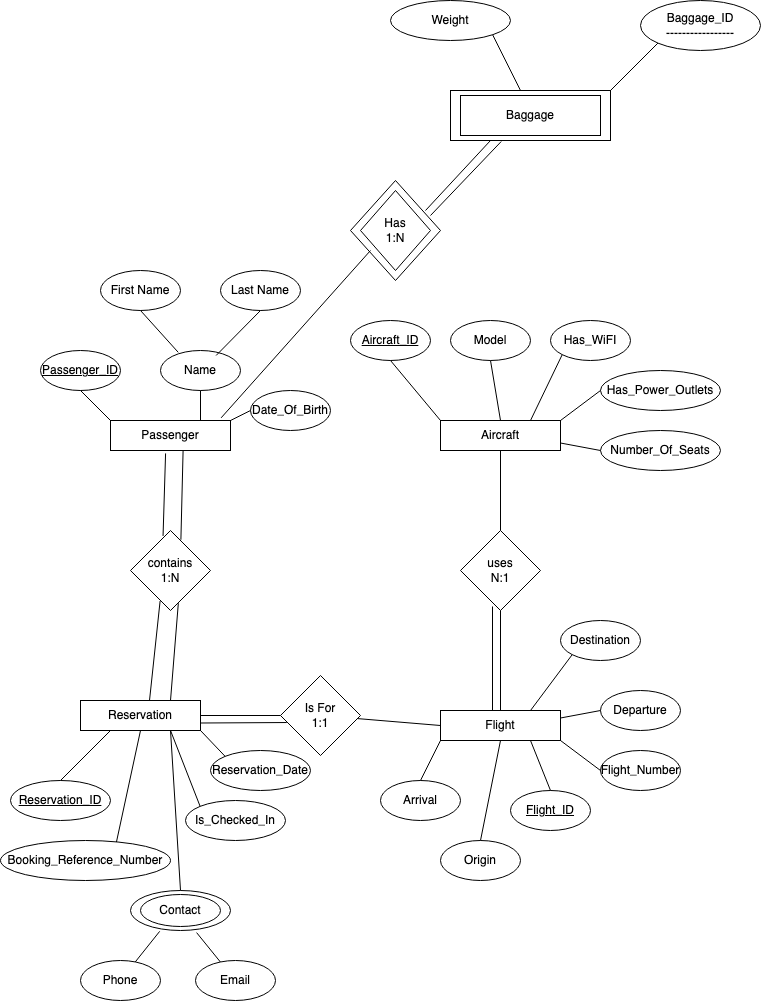
Before: diagrams/v1/snoopy-airlines-eer.png, a diagram exported from draw.io (Persona5-Joker/4347-Database-Project-Snoopy-Airlines-). Source tidied: cells renumbered, new cells last; positions are measured from the earlier drawing's top-left corner, leaving out a move shared by most shapes.
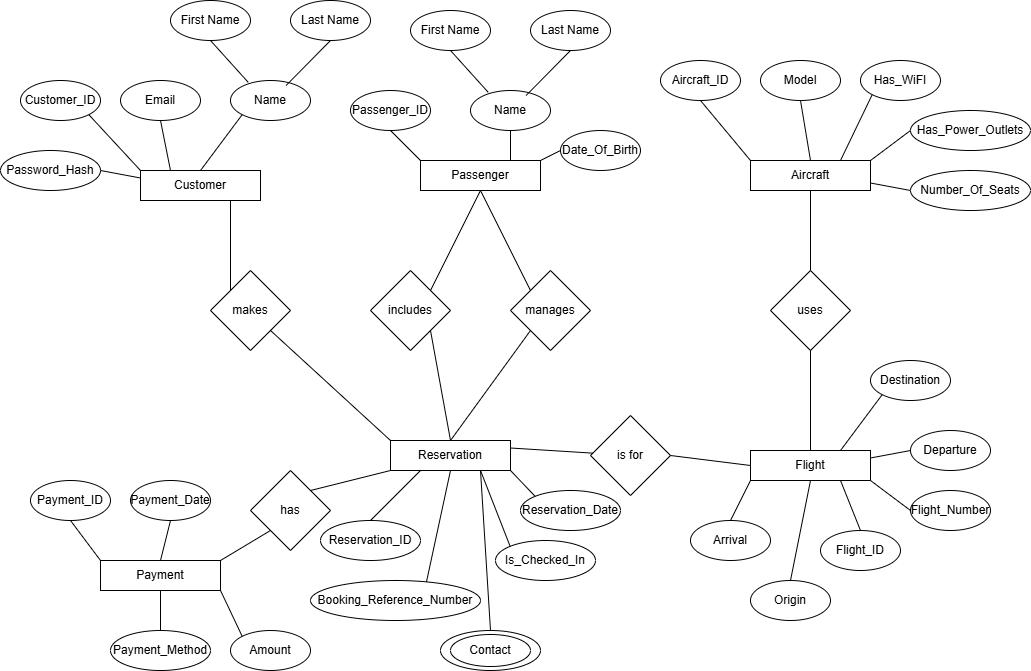
Later version of the same file.

Change to the diagram source:
```diff
@@ -7,2 +7,5 @@
     </mxCell>
+    <mxCell id="81" value="Customer" style="rounded=0;whiteSpace=wrap;html=1;" parent="1" vertex="1">
+      <mxGeometry x="-170" y="430" width="120" height="30" as="geometry" />
+    </mxCell>
     <mxCell id="3" value="Aircraft" style="rounded=0;whiteSpace=wrap;html=1;" parent="1" vertex="1">
@@ -13,5 +16,5 @@
     </mxCell>
-    <mxCell id="5" value="uses&lt;div&gt;N:1&lt;/div&gt;" style="rhombus;whiteSpace=wrap;html=1;" parent="1" vertex="1">
-      <mxGeometry x="460" y="530" width="80" height="80" as="geometry" />
-    </mxCell>
+    <mxCell id="82" value="uses" style="rhombus;whiteSpace=wrap;html=1;" parent="1" vertex="1">
+      <mxGeometry x="460" y="530" width="80" height="80" as="geometry" />
+    </mxCell>
     <mxCell id="6" value="Reservation" style="rounded=0;whiteSpace=wrap;html=1;" parent="1" vertex="1">
@@ -19,21 +22,115 @@
     </mxCell>
-    <mxCell id="7" value="&lt;div&gt;contains&lt;/div&gt;&lt;div&gt;1:N&lt;/div&gt;" style="rhombus;whiteSpace=wrap;html=1;" parent="1" vertex="1">
-      <mxGeometry x="130" y="530" width="80" height="80" as="geometry" />
-    </mxCell>
-    <mxCell id="8" value="Is For&lt;div&gt;1:1&lt;/div&gt;" style="rhombus;whiteSpace=wrap;html=1;" parent="1" vertex="1">
-      <mxGeometry x="280" y="675" width="80" height="80" as="geometry" />
-    </mxCell>
-    <mxCell id="9" style="endArrow=none;html=1;rounded=0;exitX=1;exitY=0.5;exitDx=0;exitDy=0;" parent="1" edge="1" source="6" target="8">
-      <mxGeometry relative="1" as="geometry" />
-    </mxCell>
-    <mxCell id="10" style="endArrow=none;html=1;rounded=0;entryX=0;entryY=0.5;entryDx=0;entryDy=0;" parent="1" edge="1" source="8" target="4">
-      <mxGeometry relative="1" as="geometry" />
-    </mxCell>
-    <mxCell id="11" style="endArrow=none;html=1;rounded=0;exitX=0.5;exitY=0;exitDx=0;exitDy=0;entryX=0.5;entryY=1;entryDx=0;entryDy=0;" parent="1" edge="1" source="4" target="5">
-      <mxGeometry relative="1" as="geometry" />
-    </mxCell>
-    <mxCell id="12" style="endArrow=none;html=1;rounded=0;entryX=0.5;entryY=1;entryDx=0;entryDy=0;exitX=0.5;exitY=0;exitDx=0;exitDy=0;" parent="1" edge="1" source="5" target="3">
-      <mxGeometry relative="1" as="geometry" />
-    </mxCell>
+    <mxCell id="83" value="Payment" style="rounded=0;whiteSpace=wrap;html=1;" parent="1" vertex="1">
+      <mxGeometry x="-210" y="820" width="120" height="30" as="geometry" />
+    </mxCell>
+    <mxCell id="84" value="includes" style="rhombus;whiteSpace=wrap;html=1;" parent="1" vertex="1">
+      <mxGeometry x="60" y="530" width="80" height="80" as="geometry" />
+    </mxCell>
+    <mxCell id="85" style="endArrow=none;html=1;rounded=0;entryX=1;entryY=1;entryDx=0;entryDy=0;exitX=0.5;exitY=0;exitDx=0;exitDy=0;" parent="1" edge="1" source="6" target="84">
+      <mxGeometry relative="1" as="geometry" />
+    </mxCell>
+    <mxCell id="86" value="has" style="rhombus;whiteSpace=wrap;html=1;" parent="1" vertex="1">
+      <mxGeometry x="-60" y="730" width="80" height="80" as="geometry" />
+    </mxCell>
+    <mxCell id="87" style="endArrow=none;html=1;rounded=0;exitX=1;exitY=0;exitDx=0;exitDy=0;entryX=0;entryY=1;entryDx=0;entryDy=0;" parent="1" edge="1" source="83" target="86">
+      <mxGeometry relative="1" as="geometry" />
+    </mxCell>
+    <mxCell id="88" style="endArrow=none;html=1;rounded=0;entryX=0;entryY=1;entryDx=0;entryDy=0;exitX=1;exitY=0;exitDx=0;exitDy=0;" parent="1" edge="1" source="86" target="6">
+      <mxGeometry relative="1" as="geometry" />
+    </mxCell>
+    <mxCell id="89" style="endArrow=none;html=1;rounded=0;entryX=0.5;entryY=1;entryDx=0;entryDy=0;exitX=1;exitY=0;exitDx=0;exitDy=0;" parent="1" edge="1" source="84" target="2">
+      <mxGeometry relative="1" as="geometry" />
+    </mxCell>
+    <mxCell id="90" value="is for" style="rhombus;whiteSpace=wrap;html=1;" parent="1" vertex="1">
+      <mxGeometry x="280" y="675" width="80" height="80" as="geometry" />
+    </mxCell>
+    <mxCell id="91" style="endArrow=none;html=1;rounded=0;exitX=1;exitY=0.25;exitDx=0;exitDy=0;" parent="1" edge="1" source="6" target="90">
+      <mxGeometry relative="1" as="geometry" />
+    </mxCell>
+    <mxCell id="92" style="endArrow=none;html=1;rounded=0;entryX=0;entryY=0.5;entryDx=0;entryDy=0;exitX=1;exitY=0.5;exitDx=0;exitDy=0;" parent="1" edge="1" source="90" target="4">
+      <mxGeometry relative="1" as="geometry" />
+    </mxCell>
+    <mxCell id="93" style="endArrow=none;html=1;rounded=0;exitX=0.5;exitY=0;exitDx=0;exitDy=0;entryX=0.5;entryY=1;entryDx=0;entryDy=0;" parent="1" edge="1" source="4" target="82">
+      <mxGeometry relative="1" as="geometry" />
+    </mxCell>
+    <mxCell id="94" style="endArrow=none;html=1;rounded=0;entryX=0.5;entryY=1;entryDx=0;entryDy=0;exitX=0.5;exitY=0;exitDx=0;exitDy=0;" parent="1" edge="1" source="82" target="3">
+      <mxGeometry relative="1" as="geometry" />
+    </mxCell>
+    <mxCell id="95" value="makes" style="rhombus;whiteSpace=wrap;html=1;" parent="1" vertex="1">
+      <mxGeometry x="-100" y="530" width="80" height="80" as="geometry" />
+    </mxCell>
+    <mxCell id="96" style="endArrow=none;html=1;rounded=0;entryX=0.75;entryY=1;entryDx=0;entryDy=0;exitX=0;exitY=0;exitDx=0;exitDy=0;" parent="1" edge="1" source="95" target="81">
+      <mxGeometry relative="1" as="geometry" />
+    </mxCell>
+    <mxCell id="97" style="endArrow=none;html=1;rounded=0;entryX=1;entryY=1;entryDx=0;entryDy=0;exitX=0;exitY=0;exitDx=0;exitDy=0;" parent="1" edge="1" source="6" target="95">
+      <mxGeometry relative="1" as="geometry" />
+    </mxCell>
+    <mxCell id="98" value="manages" style="rhombus;whiteSpace=wrap;html=1;" parent="1" vertex="1">
+      <mxGeometry x="200" y="530" width="80" height="80" as="geometry" />
+    </mxCell>
+    <mxCell id="99" style="endArrow=none;html=1;rounded=0;entryX=0.5;entryY=1;entryDx=0;entryDy=0;exitX=0;exitY=0;exitDx=0;exitDy=0;" parent="1" edge="1" source="98" target="2">
+      <mxGeometry relative="1" as="geometry" />
+    </mxCell>
+    <mxCell id="100" style="endArrow=none;html=1;rounded=0;entryX=0.5;entryY=0;entryDx=0;entryDy=0;exitX=0;exitY=1;exitDx=0;exitDy=0;" parent="1" edge="1" source="98" target="6">
+      <mxGeometry relative="1" as="geometry" />
+    </mxCell>
+    <mxCell id="101" value="Customer_ID" style="ellipse;whiteSpace=wrap;html=1;" parent="1" vertex="1">
+      <mxGeometry x="-290" y="340" width="80" height="40" as="geometry" />
+    </mxCell>
+    <mxCell id="78" value="Email" style="ellipse;whiteSpace=wrap;html=1;" parent="1" vertex="1">
+      <mxGeometry x="-190" y="340" width="80" height="40" as="geometry" />
+    </mxCell>
+    <mxCell id="102" value="Name" style="ellipse;whiteSpace=wrap;html=1;" parent="1" vertex="1">
+      <mxGeometry x="-80" y="340" width="80" height="40" as="geometry" />
+    </mxCell>
+    <mxCell id="103" value="First Name" style="ellipse;whiteSpace=wrap;html=1;" parent="1" vertex="1">
+      <mxGeometry x="-140" y="260" width="80" height="40" as="geometry" />
+    </mxCell>
+    <mxCell id="104" value="Last Name" style="ellipse;whiteSpace=wrap;html=1;" parent="1" vertex="1">
+      <mxGeometry x="-20" y="260" width="80" height="40" as="geometry" />
+    </mxCell>
+    <mxCell id="105" style="endArrow=none;html=1;rounded=0;entryX=0.5;entryY=1;entryDx=0;entryDy=0;exitX=0.182;exitY=-0.019;exitDx=0;exitDy=0;exitPerimeter=0;" parent="1" edge="1" target="103">
+      <mxGeometry relative="1" as="geometry">
+        <mxPoint x="-62.3" y="341.8" as="sourcePoint" />
+      </mxGeometry>
+    </mxCell>
+    <mxCell id="106" style="endArrow=none;html=1;rounded=0;entryX=0.5;entryY=1;entryDx=0;entryDy=0;exitX=0.723;exitY=0.071;exitDx=0;exitDy=0;exitPerimeter=0;" parent="1" edge="1" target="104">
+      <mxGeometry relative="1" as="geometry">
+        <mxPoint x="-24.4" y="345" as="sourcePoint" />
+      </mxGeometry>
+    </mxCell>
+    <mxCell id="107" value="Password_Hash" style="ellipse;whiteSpace=wrap;html=1;" parent="1" vertex="1">
+      <mxGeometry x="-310" y="410" width="100" height="40" as="geometry" />
+    </mxCell>
+    <mxCell id="108" style="endArrow=none;html=1;rounded=0;entryX=1;entryY=0.5;entryDx=0;entryDy=0;exitX=0;exitY=0.25;exitDx=0;exitDy=0;" parent="1" edge="1" source="81" target="107">
+      <mxGeometry relative="1" as="geometry" />
+    </mxCell>
+    <mxCell id="109" style="endArrow=none;html=1;rounded=0;entryX=1;entryY=1;entryDx=0;entryDy=0;exitX=0;exitY=0;exitDx=0;exitDy=0;" parent="1" edge="1" source="81" target="101">
+      <mxGeometry relative="1" as="geometry" />
+    </mxCell>
+    <mxCell id="110" style="endArrow=none;html=1;rounded=0;entryX=0.5;entryY=1;entryDx=0;entryDy=0;exitX=0.25;exitY=0;exitDx=0;exitDy=0;" parent="1" edge="1" source="81" target="78">
+      <mxGeometry relative="1" as="geometry" />
+    </mxCell>
+    <mxCell id="111" style="endArrow=none;html=1;rounded=0;entryX=0;entryY=1;entryDx=0;entryDy=0;exitX=0.5;exitY=0;exitDx=0;exitDy=0;" parent="1" edge="1" source="81" target="102">
+      <mxGeometry relative="1" as="geometry" />
+    </mxCell>
+    <mxCell id="112" value="Payment_ID" style="ellipse;whiteSpace=wrap;html=1;" parent="1" vertex="1">
+      <mxGeometry x="-280" y="740" width="80" height="40" as="geometry" />
+    </mxCell>
+    <mxCell id="113" value="Payment_Date" style="ellipse;whiteSpace=wrap;html=1;" parent="1" vertex="1">
+      <mxGeometry x="-180" y="740" width="80" height="40" as="geometry" />
+    </mxCell>
+    <mxCell id="114" value="Amount" style="ellipse;whiteSpace=wrap;html=1;" parent="1" vertex="1">
+      <mxGeometry x="-80" y="890" width="80" height="40" as="geometry" />
+    </mxCell>
+    <mxCell id="115" value="Payment_Method" style="ellipse;whiteSpace=wrap;html=1;" parent="1" vertex="1">
+      <mxGeometry x="-200" y="890" width="100" height="40" as="geometry" />
+    </mxCell>
+    <mxCell id="116" style="endArrow=none;html=1;rounded=0;exitX=0.5;exitY=1;exitDx=0;exitDy=0;entryX=0.5;entryY=0;entryDx=0;entryDy=0;" parent="1" edge="1" source="83" target="115">
+      <mxGeometry relative="1" as="geometry" />
+    </mxCell>
+    <mxCell id="117" style="endArrow=none;html=1;rounded=0;entryX=1;entryY=1;entryDx=0;entryDy=0;exitX=0;exitY=0;exitDx=0;exitDy=0;" parent="1" edge="1" source="114" target="83">
+      <mxGeometry relative="1" as="geometry" />
+    </mxCell>
-    <mxCell id="13" value="&lt;u&gt;Aircraft_ID&lt;/u&gt;" style="ellipse;whiteSpace=wrap;html=1;" parent="1" vertex="1">
+    <mxCell id="13" value="Aircraft_ID" style="ellipse;whiteSpace=wrap;html=1;" parent="1" vertex="1">
       <mxGeometry x="350" y="320" width="80" height="40" as="geometry" />
@@ -58,7 +155,7 @@
     </mxCell>
-    <mxCell id="20" style="endArrow=none;html=1;rounded=0;entryX=0;entryY=1;entryDx=0;entryDy=0;" parent="1" edge="1" target="15">
-      <mxGeometry relative="1" as="geometry">
-        <mxPoint x="530" y="420" as="sourcePoint" />
-      </mxGeometry>
-    </mxCell>
+    <mxCell id="118" style="endArrow=none;html=1;rounded=0;entryX=0;entryY=1;entryDx=0;entryDy=0;" parent="1" edge="1" target="15">
+      <mxGeometry relative="1" as="geometry">
+        <mxPoint x="530" y="420" as="sourcePoint" />
+      </mxGeometry>
+    </mxCell>
     <mxCell id="21" style="endArrow=none;html=1;rounded=0;entryX=0;entryY=0.5;entryDx=0;entryDy=0;exitX=1;exitY=0;exitDx=0;exitDy=0;" parent="1" edge="1" source="3" target="16">
@@ -69,3 +166,3 @@
     </mxCell>
-    <mxCell id="23" value="&lt;u&gt;Flight_ID&lt;/u&gt;" style="ellipse;whiteSpace=wrap;html=1;" parent="1" vertex="1">
+    <mxCell id="23" value="Flight_ID" style="ellipse;whiteSpace=wrap;html=1;" parent="1" vertex="1">
       <mxGeometry x="510" y="790" width="80" height="40" as="geometry" />
@@ -105,3 +202,9 @@
     </mxCell>
+    <mxCell id="119" style="endArrow=none;html=1;rounded=0;entryX=0.5;entryY=1;entryDx=0;entryDy=0;exitX=0;exitY=0;exitDx=0;exitDy=0;" parent="1" edge="1" source="83" target="112">
+      <mxGeometry relative="1" as="geometry" />
+    </mxCell>
+    <mxCell id="120" style="endArrow=none;html=1;rounded=0;entryX=0.5;entryY=1;entryDx=0;entryDy=0;exitX=0.5;exitY=0;exitDx=0;exitDy=0;" parent="1" edge="1" source="83" target="113">
+      <mxGeometry relative="1" as="geometry" />
+    </mxCell>
-    <mxCell id="35" value="&lt;u&gt;Reservation_ID&lt;/u&gt;" style="ellipse;whiteSpace=wrap;html=1;" parent="1" vertex="1">
+    <mxCell id="35" value="Reservation_ID" style="ellipse;whiteSpace=wrap;html=1;" parent="1" vertex="1">
       <mxGeometry x="10" y="780" width="100" height="40" as="geometry" />
@@ -129,3 +232,3 @@
     </mxCell>
-    <mxCell id="43" value="&lt;u&gt;Passenger_ID&lt;/u&gt;" style="ellipse;whiteSpace=wrap;html=1;" parent="1" vertex="1">
+    <mxCell id="43" value="Passenger_ID" style="ellipse;whiteSpace=wrap;html=1;" parent="1" vertex="1">
       <mxGeometry x="40" y="350" width="80" height="40" as="geometry" />
@@ -141,12 +244,12 @@
     </mxCell>
-    <mxCell id="47" style="endArrow=none;html=1;rounded=0;entryX=0.5;entryY=1;entryDx=0;entryDy=0;exitX=0.182;exitY=-0.019;exitDx=0;exitDy=0;exitPerimeter=0;" parent="1" edge="1" target="45">
-      <mxGeometry relative="1" as="geometry">
-        <mxPoint x="177.7" y="351.8" as="sourcePoint" />
-      </mxGeometry>
-    </mxCell>
-    <mxCell id="48" style="endArrow=none;html=1;rounded=0;entryX=0.5;entryY=1;entryDx=0;entryDy=0;exitX=0.723;exitY=0.071;exitDx=0;exitDy=0;exitPerimeter=0;" parent="1" edge="1" target="46">
-      <mxGeometry relative="1" as="geometry">
-        <mxPoint x="215.6" y="355" as="sourcePoint" />
-      </mxGeometry>
-    </mxCell>
+    <mxCell id="121" style="endArrow=none;html=1;rounded=0;entryX=0.5;entryY=1;entryDx=0;entryDy=0;exitX=0.182;exitY=-0.019;exitDx=0;exitDy=0;exitPerimeter=0;" parent="1" edge="1" target="45">
+      <mxGeometry relative="1" as="geometry">
+        <mxPoint x="177.7" y="351.8" as="sourcePoint" />
+      </mxGeometry>
+    </mxCell>
+    <mxCell id="122" style="endArrow=none;html=1;rounded=0;entryX=0.5;entryY=1;entryDx=0;entryDy=0;exitX=0.723;exitY=0.071;exitDx=0;exitDy=0;exitPerimeter=0;" parent="1" edge="1" target="46">
+      <mxGeometry relative="1" as="geometry">
+        <mxPoint x="215.6" y="355" as="sourcePoint" />
+      </mxGeometry>
+    </mxCell>
     <mxCell id="49" value="Date_Of_Birth" style="ellipse;whiteSpace=wrap;html=1;" parent="1" vertex="1">
@@ -157,7 +260,7 @@
     </mxCell>
-    <mxCell id="51" style="endArrow=none;html=1;rounded=0;entryX=0.5;entryY=1;entryDx=0;entryDy=0;" parent="1" edge="1" target="44">
-      <mxGeometry relative="1" as="geometry">
-        <mxPoint x="200" y="420" as="sourcePoint" />
-      </mxGeometry>
-    </mxCell>
+    <mxCell id="123" style="endArrow=none;html=1;rounded=0;entryX=0.5;entryY=1;entryDx=0;entryDy=0;" parent="1" edge="1" target="44">
+      <mxGeometry relative="1" as="geometry">
+        <mxPoint x="200" y="420" as="sourcePoint" />
+      </mxGeometry>
+    </mxCell>
     <mxCell id="52" style="endArrow=none;html=1;rounded=0;entryX=0.5;entryY=1;entryDx=0;entryDy=0;exitX=0;exitY=0;exitDx=0;exitDy=0;" parent="1" edge="1" source="2" target="43">
@@ -174,95 +277,2 @@
     </mxCell>
-    <mxCell id="56" style="rounded=0;whiteSpace=wrap;html=1;" parent="1" vertex="1">
-      <mxGeometry x="450" y="90" width="160" height="50" as="geometry" />
-    </mxCell>
-    <mxCell id="57" style="endArrow=none;html=1;rounded=0;" parent="1" edge="1">
-      <mxGeometry relative="1" as="geometry">
-        <mxPoint x="610" y="90" as="sourcePoint" />
-        <mxPoint x="660" y="40" as="targetPoint" />
-      </mxGeometry>
-    </mxCell>
-    <mxCell id="58" style="ellipse;whiteSpace=wrap;html=1;" parent="1" vertex="1">
-      <mxGeometry x="640" width="120" height="50" as="geometry" />
-    </mxCell>
-    <mxCell id="59" value="Baggage_ID&lt;br&gt;-----------------" style="text;strokeColor=none;align=center;fillColor=none;html=1;verticalAlign=middle;whiteSpace=wrap;rounded=0;dashed=1;" parent="1" vertex="1">
-      <mxGeometry x="655" y="10" width="90" height="30" as="geometry" />
-    </mxCell>
-    <mxCell id="60" style="rounded=0;whiteSpace=wrap;html=1;" parent="1" vertex="1">
-      <mxGeometry x="460" y="95" width="140" height="40" as="geometry" />
-    </mxCell>
-    <mxCell id="61" value="Baggage" style="text;strokeColor=none;align=center;fillColor=none;html=1;verticalAlign=middle;whiteSpace=wrap;rounded=0;" parent="1" vertex="1">
-      <mxGeometry x="480" y="100" width="100" height="30" as="geometry" />
-    </mxCell>
-    <mxCell id="62" style="rhombus;whiteSpace=wrap;html=1;" parent="1" vertex="1">
-      <mxGeometry x="350" y="180" width="90" height="100" as="geometry" />
-    </mxCell>
-    <mxCell id="63" style="rhombus;whiteSpace=wrap;html=1;" parent="1" vertex="1">
-      <mxGeometry x="360" y="190" width="70" height="80" as="geometry" />
-    </mxCell>
-    <mxCell id="64" value="Has&lt;div&gt;1:N&lt;/div&gt;" style="text;strokeColor=none;align=center;fillColor=none;html=1;verticalAlign=middle;whiteSpace=wrap;rounded=0;" parent="1" vertex="1">
-      <mxGeometry x="365" y="215" width="60" height="30" as="geometry" />
-    </mxCell>
-    <mxCell id="65" style="endArrow=none;html=1;rounded=0;exitX=0.922;exitY=-0.089;exitDx=0;exitDy=0;exitPerimeter=0;" parent="1" edge="1" source="2">
-      <mxGeometry relative="1" as="geometry">
-        <mxPoint x="370" y="250" as="targetPoint" />
-      </mxGeometry>
-    </mxCell>
-    <mxCell id="66" style="endArrow=none;html=1;rounded=0;" parent="1" edge="1">
-      <mxGeometry relative="1" as="geometry">
-        <mxPoint x="425" y="210" as="sourcePoint" />
-        <mxPoint x="490" y="140" as="targetPoint" />
-      </mxGeometry>
-    </mxCell>
-    <mxCell id="67" style="endArrow=none;html=1;rounded=0;" parent="1" edge="1">
-      <mxGeometry relative="1" as="geometry">
-        <mxPoint x="520" y="90" as="sourcePoint" />
-        <mxPoint x="490" y="30" as="targetPoint" />
-      </mxGeometry>
-    </mxCell>
-    <mxCell id="68" style="ellipse;whiteSpace=wrap;html=1;" parent="1" vertex="1">
-      <mxGeometry x="390" width="120" height="40" as="geometry" />
-    </mxCell>
-    <mxCell id="69" value="Weight" style="text;strokeColor=none;align=center;fillColor=none;html=1;verticalAlign=middle;whiteSpace=wrap;rounded=0;" parent="1" vertex="1">
-      <mxGeometry x="410" y="5" width="80" height="30" as="geometry" />
-    </mxCell>
-    <mxCell id="70" style="endArrow=none;html=1;rounded=0;entryX=0.317;entryY=1.02;entryDx=0;entryDy=0;entryPerimeter=0;" parent="1" edge="1" target="56">
-      <mxGeometry relative="1" as="geometry">
-        <mxPoint x="430" y="215" as="sourcePoint" />
-      </mxGeometry>
-    </mxCell>
-    <mxCell id="71" style="endArrow=none;html=1;rounded=0;exitX=1;exitY=0.75;exitDx=0;exitDy=0;entryX=0.078;entryY=0.588;entryDx=0;entryDy=0;entryPerimeter=0;" parent="1" edge="1" source="6" target="8">
-      <mxGeometry relative="1" as="geometry" />
-    </mxCell>
-    <mxCell id="72" style="endArrow=none;html=1;rounded=0;" parent="1" edge="1">
-      <mxGeometry relative="1" as="geometry">
-        <mxPoint x="492" y="710" as="sourcePoint" />
-        <mxPoint x="492" y="606" as="targetPoint" />
-      </mxGeometry>
-    </mxCell>
-    <mxCell id="73" style="endArrow=none;html=1;rounded=0;entryX=0.37;entryY=0.882;entryDx=0;entryDy=0;entryPerimeter=0;" parent="1" edge="1" target="7">
-      <mxGeometry relative="1" as="geometry">
-        <mxPoint x="149" y="700" as="sourcePoint" />
-      </mxGeometry>
-    </mxCell>
-    <mxCell id="74" style="endArrow=none;html=1;rounded=0;entryX=0.598;entryY=0.909;entryDx=0;entryDy=0;entryPerimeter=0;exitX=0.75;exitY=0;exitDx=0;exitDy=0;" parent="1" edge="1" source="6" target="7">
-      <mxGeometry relative="1" as="geometry" />
-    </mxCell>
-    <mxCell id="75" style="endArrow=none;html=1;rounded=0;entryX=0.459;entryY=1.097;entryDx=0;entryDy=0;entryPerimeter=0;exitX=0.407;exitY=0.068;exitDx=0;exitDy=0;exitPerimeter=0;" parent="1" edge="1" source="7" target="2">
-      <mxGeometry relative="1" as="geometry" />
-    </mxCell>
-    <mxCell id="76" style="endArrow=none;html=1;rounded=0;entryX=0.605;entryY=0.998;entryDx=0;entryDy=0;entryPerimeter=0;exitX=0.63;exitY=0.116;exitDx=0;exitDy=0;exitPerimeter=0;" parent="1" edge="1" source="7" target="2">
-      <mxGeometry relative="1" as="geometry" />
-    </mxCell>
-    <mxCell id="77" value="Phone" style="ellipse;whiteSpace=wrap;html=1;" parent="1" vertex="1">
-      <mxGeometry x="80" y="960" width="80" height="40" as="geometry" />
-    </mxCell>
-    <mxCell id="78" value="Email" style="ellipse;whiteSpace=wrap;html=1;" parent="1" vertex="1">
-      <mxGeometry x="195" y="960" width="80" height="40" as="geometry" />
-    </mxCell>
-    <mxCell id="79" style="endArrow=none;html=1;rounded=0;entryX=0.292;entryY=1.021;entryDx=0;entryDy=0;entryPerimeter=0;" parent="1" edge="1" source="77" target="53">
-      <mxGeometry relative="1" as="geometry" />
-    </mxCell>
-    <mxCell id="80" style="endArrow=none;html=1;rounded=0;entryX=0.661;entryY=1.053;entryDx=0;entryDy=0;entryPerimeter=0;" parent="1" edge="1" source="78" target="53">
-      <mxGeometry relative="1" as="geometry" />
-    </mxCell>
   </root>
```
